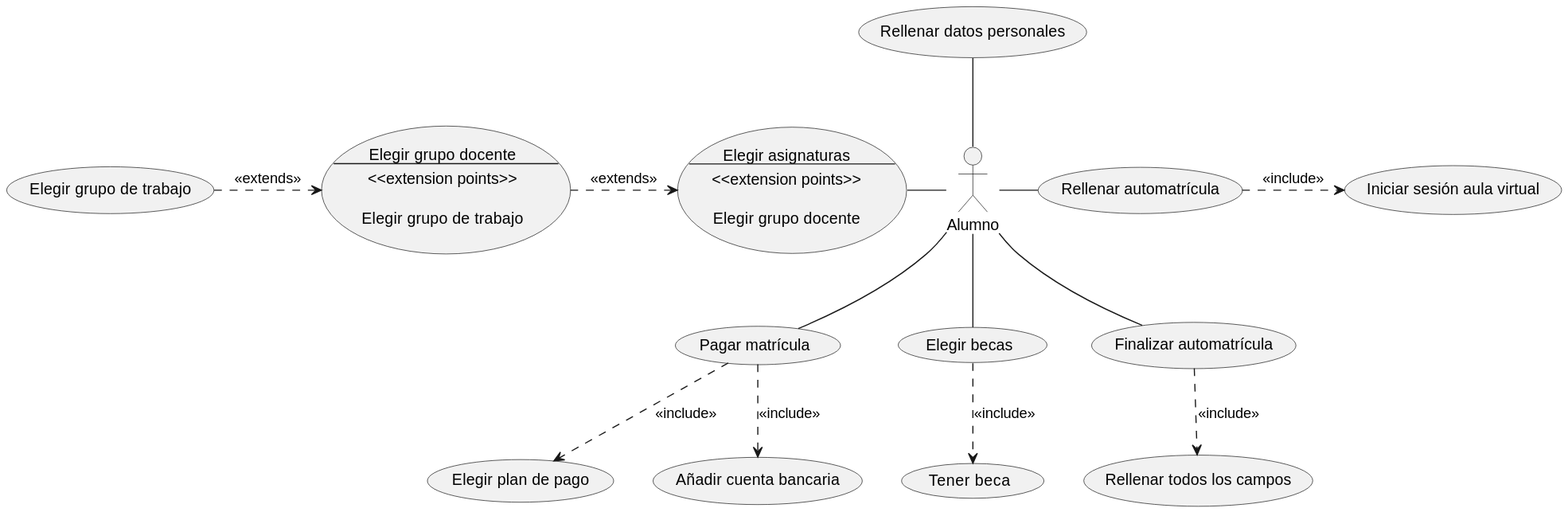
javimlopez/INRE-UAL-Azul-2022 keeps this PlantUML diagram as lab0/svgs/supuestoGD.svg. Above is the earlier version. The source it was exported from:
```plantuml
@startuml

actor Alumno as al
usecase RA as "Rellenar automatrícula"
usecase PM as "Pagar matrícula"
usecase EA as "Elegir asignaturas
----
<<extension points>>

Elegir grupo docente"
usecase EB as "Elegir becas"
usecase FA as "Finalizar automatrícula"
usecase RP as "Rellenar datos personales"
usecase ED as "Elegir grupo docente
----
<<extension points>>

Elegir grupo de trabajo"
PM ..> (Elegir plan de pago)#line.dashed;text:black : <<include>>
PM ..> (Añadir cuenta bancaria)#line.dashed;text:black : <<include>>
RA .right.> (Iniciar sesión aula virtual)#line.dashed;text:black : <<include>>
FA ..> (Rellenar todos los campos)#line.dashed;text:black : <<include>>
EB ..> (Tener beca)#line.dashed;text:black : <<include>>
EA <.left. ED#line.dashed;text:black : <<extends>>
ED <.left. (Elegir grupo de trabajo)#line.dashed;text:black : <<extends>>
al -left- EA
al -- EB
al -- FA
al -right- RA
al -up- RP
al -- PM
@enduml
```
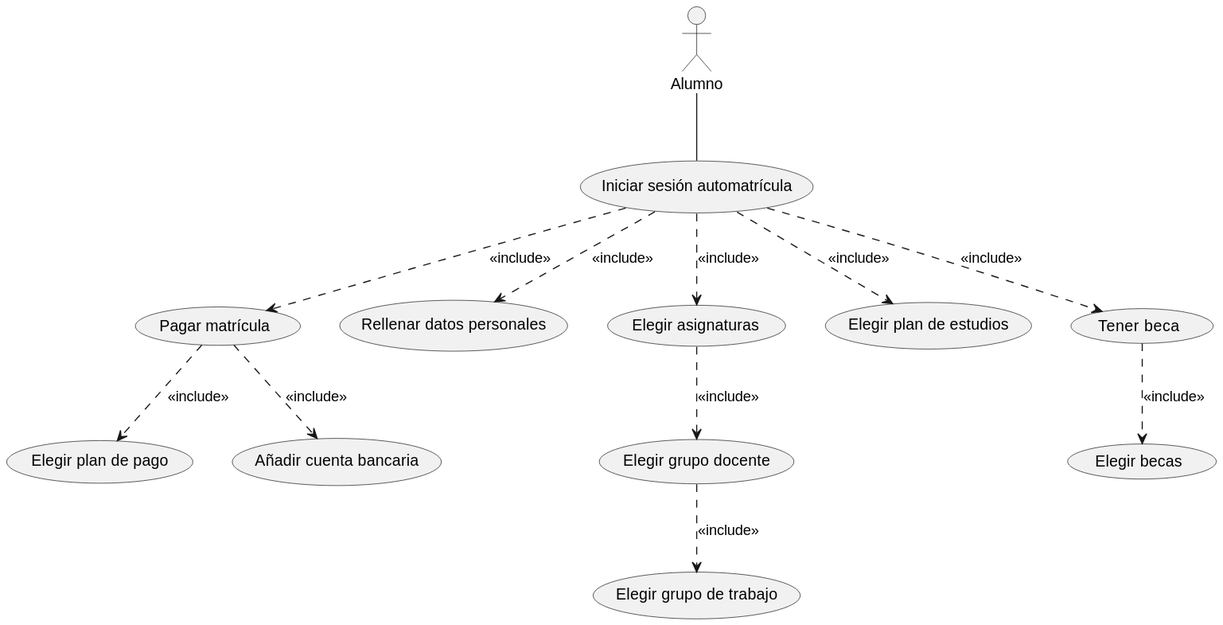
The same diagram one commit later.

Commit message:
Subida del svg supuestoGD al README

Change to the diagram source:
```diff
@@ -1,32 +1,25 @@
 @startuml
 
 actor Alumno as al
-usecase RA as "Rellenar automatrícula"
 usecase PM as "Pagar matrícula"
-usecase EA as "Elegir asignaturas
-----
-<<extension points>>
-
-Elegir grupo docente"
 usecase EB as "Elegir becas"
-usecase FA as "Finalizar automatrícula"
 usecase RP as "Rellenar datos personales"
-usecase ED as "Elegir grupo docente
-----
-<<extension points>>
-
-Elegir grupo de trabajo"
+usecase ED as "Elegir grupo docente"
+usecase ET as "Elegir grupo de trabajo"
+usecase EA as "Elegir asignaturas"
+usecase IS as "Iniciar sesión automatrícula"
+usecase EP as "Elegir plan de estudios"
+usecase TB as "Tener beca"
+al -- IS
+IS ..> EP#line.dashed;text:black : <<include>>
+IS ..> RP#line.dashed;text:black : <<include>>
+IS ..> EA#line.dashed;text:black : <<include>>
+IS ..> TB#line.dashed;text:black : <<include>>
+IS ..> PM#line.dashed;text:black : <<include>>
 PM ..> (Elegir plan de pago)#line.dashed;text:black : <<include>>
 PM ..> (Añadir cuenta bancaria)#line.dashed;text:black : <<include>>
-RA .right.> (Iniciar sesión aula virtual)#line.dashed;text:black : <<include>>
-FA ..> (Rellenar todos los campos)#line.dashed;text:black : <<include>>
-EB ..> (Tener beca)#line.dashed;text:black : <<include>>
-EA <.left. ED#line.dashed;text:black : <<extends>>
-ED <.left. (Elegir grupo de trabajo)#line.dashed;text:black : <<extends>>
-al -left- EA
-al -- EB
-al -- FA
-al -right- RA
-al -up- RP
-al -- PM
+TB ..> EB#line.dashed;text:black : <<include>>
+EA ..> ED#line.dashed;text:black : <<include>>
+ED ..> ET#line.dashed;text:black : <<include>>
+
 @enduml
```
